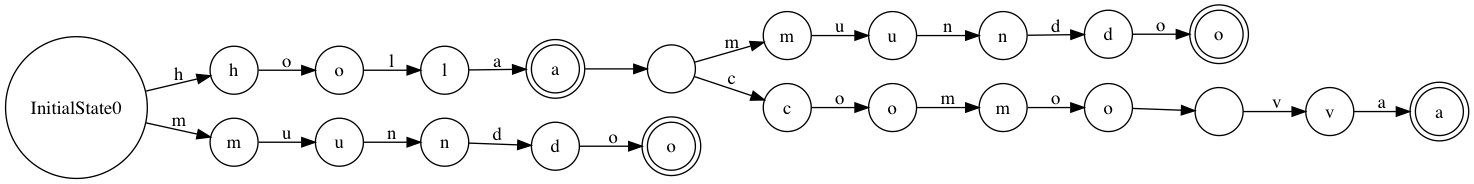
NicolasMoreno/MateDiscreta keeps this Graphviz diagram as dfa.png. Above is the earlier version. Its source is kept beside it as dfa.dot.
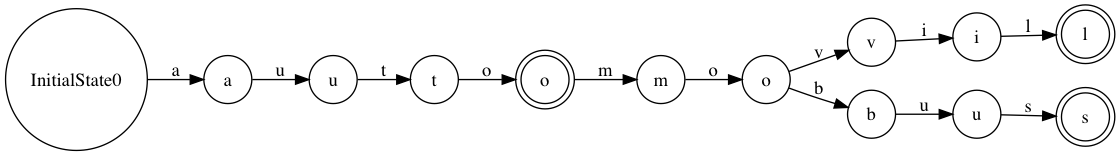
Later version of the same file.

What changed in the source:
```diff
@@ -1,48 +1,28 @@
 digraph {
 	 rankdir = "LR";
 	 node [shape=circle] InitialState0;
-	 node [shape=circle] h0 [label ="h"];
-	 InitialState0 -> h0[label="h"];
-	 node [shape=circle] o0 [label ="o"];
-	 h0 -> o0[label="o"];
-	 node [shape=circle] l0 [label ="l"];
-	 o0 -> l0[label="l"];
-	 node [shape= doublecircle] a0 [label ="a"];
-	 l0 -> a0[label="a"];
-	 node [shape=circle] _0 [label =" "];
-	 a0 -> _0[label=" "];
+	 node [shape=circle] a0 [label ="a"];
+	 InitialState0 -> a0[label="a"];
+	 node [shape=circle] u0 [label ="u"];
+	 a0 -> u0[label="u"];
+	 node [shape=circle] t0 [label ="t"];
+	 u0 -> t0[label="t"];
+	 node [shape= doublecircle] o0 [label ="o"];
+	 t0 -> o0[label="o"];
 	 node [shape=circle] m0 [label ="m"];
-	 _0 -> m0[label="m"];
-	 node [shape=circle] u0 [label ="u"];
-	 m0 -> u0[label="u"];
-	 node [shape=circle] n0 [label ="n"];
-	 u0 -> n0[label="n"];
-	 node [shape=circle] d0 [label ="d"];
-	 n0 -> d0[label="d"];
-	 node [shape= doublecircle] o1 [label ="o"];
-	 d0 -> o1[label="o"];
-	 node [shape=circle] c0 [label ="c"];
-	 _0 -> c0[label="c"];
-	 node [shape=circle] o2 [label ="o"];
-	 c0 -> o2[label="o"];
-	 node [shape=circle] m1 [label ="m"];
-	 o2 -> m1[label="m"];
-	 node [shape=circle] o3 [label ="o"];
-	 m1 -> o3[label="o"];
-	 node [shape=circle] _1 [label =" "];
-	 o3 -> _1[label=" "];
+	 o0 -> m0[label="m"];
+	 node [shape=circle] o1 [label ="o"];
+	 m0 -> o1[label="o"];
 	 node [shape=circle] v0 [label ="v"];
-	 _1 -> v0[label="v"];
-	 node [shape= doublecircle] a1 [label ="a"];
-	 v0 -> a1[label="a"];
-	 node [shape=circle] m2 [label ="m"];
-	 InitialState0 -> m2[label="m"];
+	 o1 -> v0[label="v"];
+	 node [shape=circle] i0 [label ="i"];
+	 v0 -> i0[label="i"];
+	 node [shape= doublecircle] l0 [label ="l"];
+	 i0 -> l0[label="l"];
+	 node [shape=circle] b0 [label ="b"];
+	 o1 -> b0[label="b"];
 	 node [shape=circle] u1 [label ="u"];
-	 m2 -> u1[label="u"];
-	 node [shape=circle] n1 [label ="n"];
-	 u1 -> n1[label="n"];
-	 node [shape=circle] d1 [label ="d"];
-	 n1 -> d1[label="d"];
-	 node [shape= doublecircle] o4 [label ="o"];
-	 d1 -> o4[label="o"];
+	 b0 -> u1[label="u"];
+	 node [shape= doublecircle] s0 [label ="s"];
+	 u1 -> s0[label="s"];
 }
```
